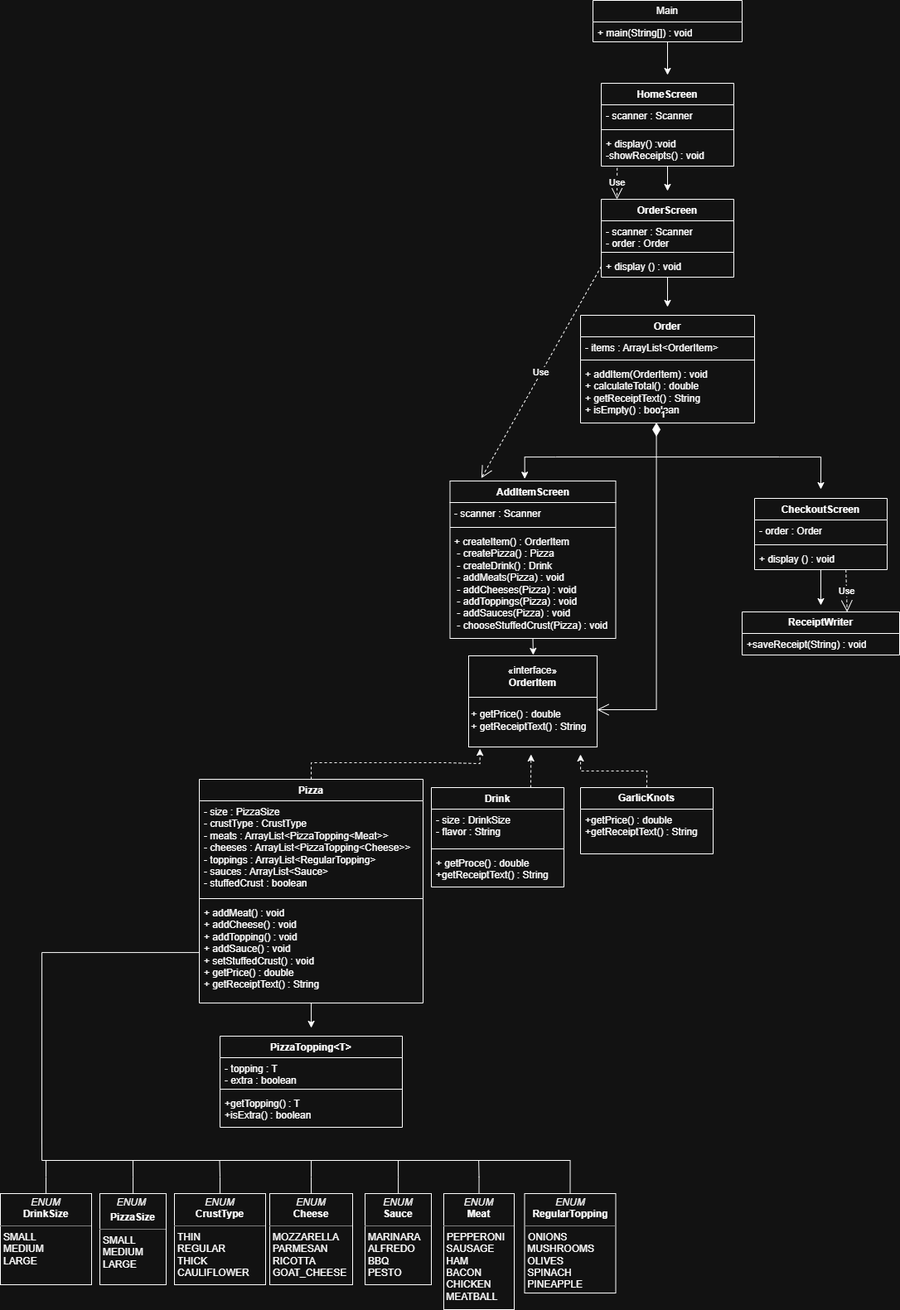
Earlier version of the draw.io export diagrams/PIZZALicious.drawio.png (AbigayleY/PIZZA-licious). Source tidied: cells renumbered, new cells last; positions are measured from the earlier drawing's top-left corner, leaving out a move shared by most shapes.
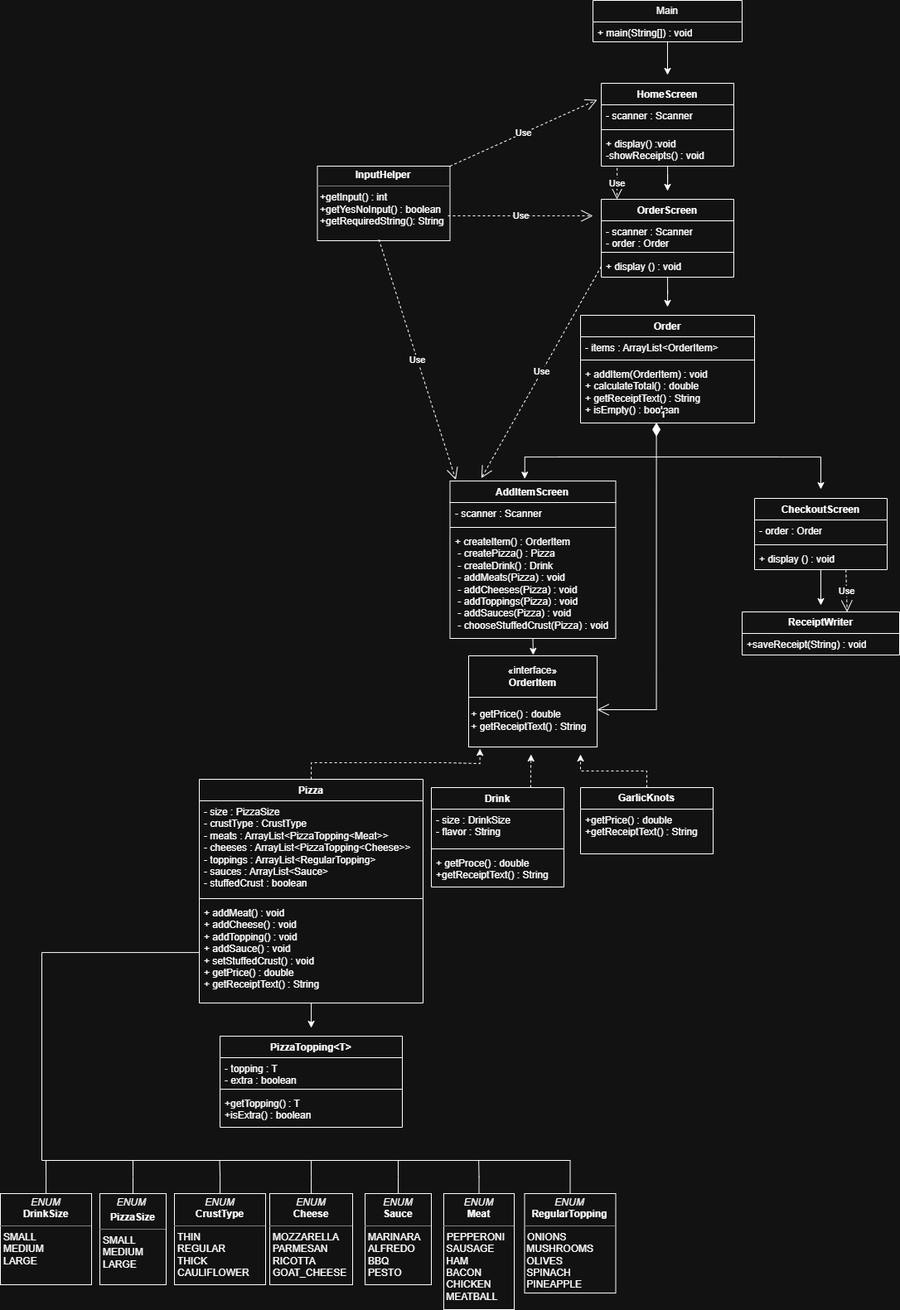
Later version of the same file.

Commit message:
FINAL COMMIT! Updated Diagram and added Screenshots!

Diff of the diagram source:
```diff
@@ -255,5 +255,23 @@
     <mxCell id="72" value="1" style="endArrow=open;html=1;endSize=12;startArrow=diamondThin;startSize=14;startFill=1;edgeStyle=orthogonalEdgeStyle;align=left;verticalAlign=bottom;rounded=0;exitX=0.436;exitY=0.992;exitDx=0;exitDy=0;exitPerimeter=0;entryX=1;entryY=0.25;entryDx=0;entryDy=0;" parent="1" edge="1" source="50" target="43">
       <mxGeometry x="-1" y="3" relative="1" as="geometry" />
     </mxCell>
+    <mxCell id="73" value="&lt;p style=&quot;margin:0px;margin-top:4px;text-align:center;&quot;&gt;&lt;b&gt;InputHelper&lt;/b&gt;&lt;/p&gt;&lt;hr size=&quot;1&quot; style=&quot;border-style:solid;&quot;&gt;&lt;p style=&quot;margin:0px;margin-left:4px;&quot;&gt;&lt;/p&gt;&lt;p style=&quot;margin:0px;margin-left:4px;&quot;&gt;+getInput() : int&lt;/p&gt;&lt;p style=&quot;margin:0px;margin-left:4px;&quot;&gt;+getYesNoInput() : boolean&lt;/p&gt;&lt;p style=&quot;margin:0px;margin-left:4px;&quot;&gt;+getRequiredString(): String&lt;/p&gt;" style="verticalAlign=top;align=left;overflow=fill;html=1;whiteSpace=wrap;" parent="1" vertex="1">
+      <mxGeometry x="382.5" y="200" width="160" height="90" as="geometry" />
+    </mxCell>
+    <mxCell id="74" value="Use" style="endArrow=open;endSize=12;dashed=1;html=1;rounded=0;" parent="1" edge="1">
+      <mxGeometry relative="1" as="geometry">
+        <mxPoint x="540" y="260" as="sourcePoint" />
+        <mxPoint x="715" y="260" as="targetPoint" />
+      </mxGeometry>
+    </mxCell>
+    <mxCell id="75" value="Use" style="endArrow=open;endSize=12;dashed=1;html=1;rounded=0;exitX=0.464;exitY=0.986;exitDx=0;exitDy=0;exitPerimeter=0;entryX=0.035;entryY=-0.008;entryDx=0;entryDy=0;entryPerimeter=0;" parent="1" edge="1" source="73" target="18">
+      <mxGeometry relative="1" as="geometry" />
+    </mxCell>
+    <mxCell id="76" value="Use" style="endArrow=open;endSize=12;dashed=1;html=1;rounded=0;" parent="1" edge="1">
+      <mxGeometry relative="1" as="geometry">
+        <mxPoint x="542.5" y="200" as="sourcePoint" />
+        <mxPoint x="720" y="120" as="targetPoint" />
+      </mxGeometry>
+    </mxCell>
   </root>
 </mxGraphModel>
```
